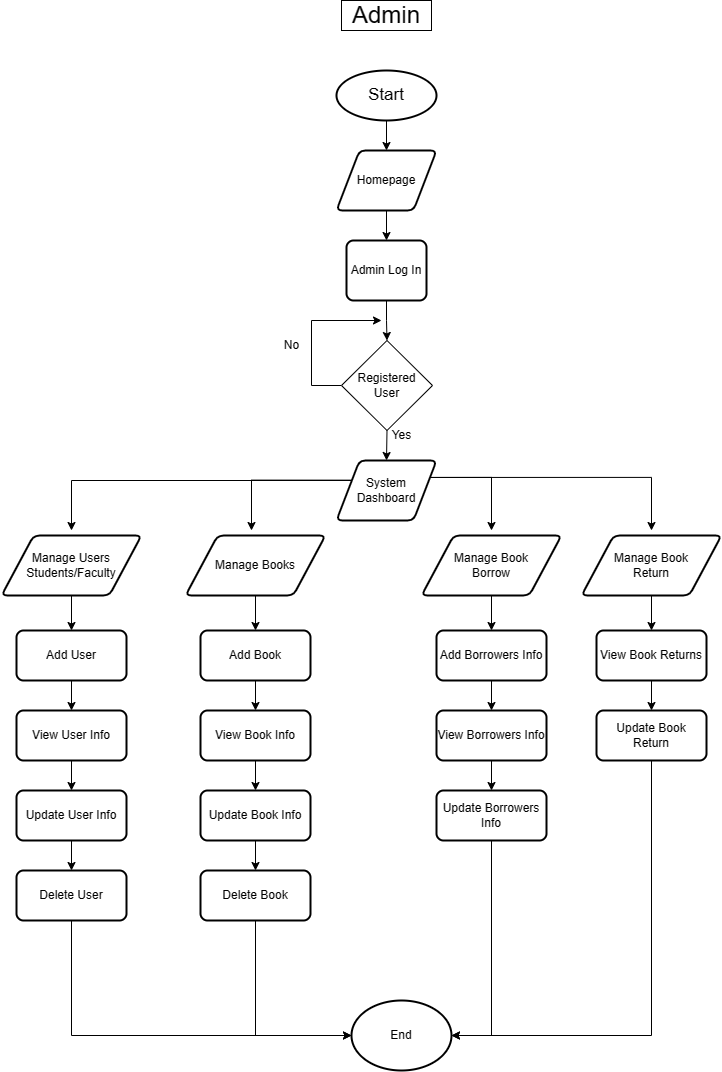
Earlier version of the draw.io export Untitled Diagram.drawio.png (Jayrou12345/Flowchart). Source tidied: cells renumbered, new cells last; positions are measured from the earlier drawing's top-left corner, leaving out a move shared by most shapes.
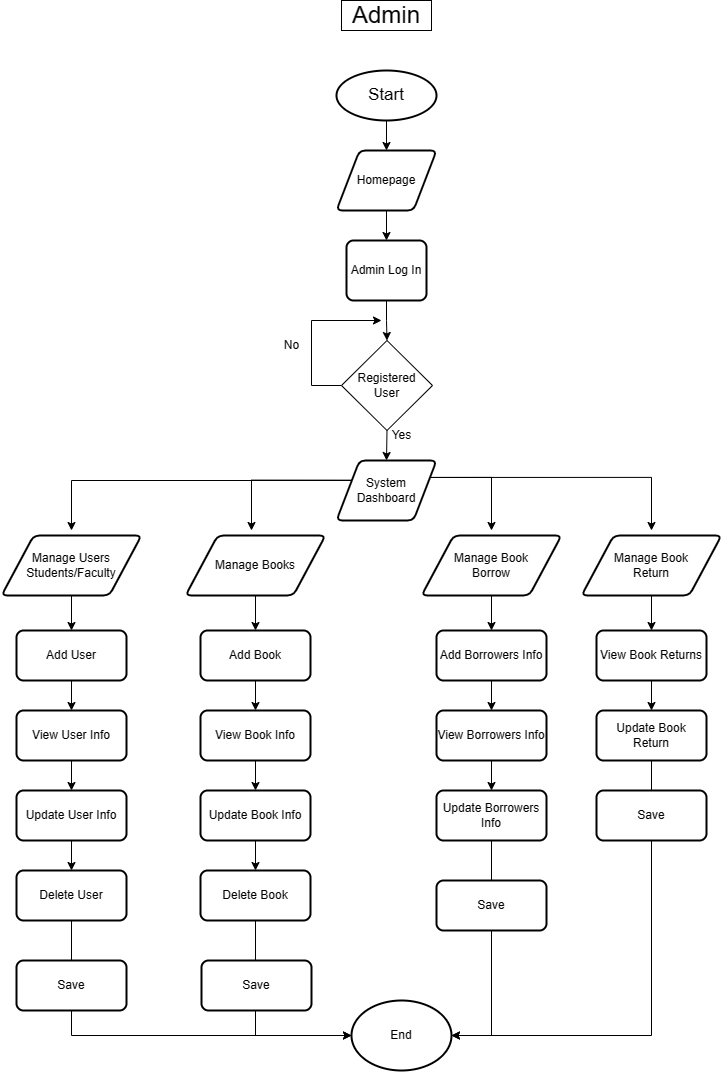
The same file after the commit.

Diff of the diagram source:
```diff
@@ -193,7 +193,7 @@
     <mxCell id="51" value="View Borrowers Info" style="rounded=1;whiteSpace=wrap;html=1;absoluteArcSize=1;arcSize=14;strokeWidth=2;" parent="1" vertex="1">
       <mxGeometry x="435" y="710" width="110" height="50" as="geometry" />
     </mxCell>
-    <mxCell id="52" style="edgeStyle=orthogonalEdgeStyle;rounded=0;jettySize=auto;html=1;exitX=0.5;exitY=1;exitDx=0;exitDy=0;entryX=1;entryY=0.5;entryDx=0;entryDy=0;entryPerimeter=0;" parent="1" edge="1" source="53" target="58">
+    <mxCell id="52" style="edgeStyle=orthogonalEdgeStyle;rounded=0;jettySize=auto;html=1;exitX=0.5;exitY=1;exitDx=0;exitDy=0;entryX=1;entryY=0.5;entryDx=0;entryDy=0;entryPerimeter=0;" parent="1" edge="1" source="62" target="58">
       <mxGeometry relative="1" as="geometry" />
     </mxCell>
     <mxCell id="53" value="Update Borrowers Info" style="rounded=1;whiteSpace=wrap;html=1;absoluteArcSize=1;arcSize=14;strokeWidth=2;" parent="1" vertex="1">
@@ -214,5 +214,24 @@
     <mxCell id="58" value="End" style="strokeWidth=2;html=1;shape=mxgraph.flowchart.start_1;whiteSpace=wrap;" parent="1" vertex="1">
       <mxGeometry x="350" y="1000" width="100" height="70" as="geometry" />
     </mxCell>
+    <mxCell id="59" value="Save" style="rounded=1;whiteSpace=wrap;html=1;absoluteArcSize=1;arcSize=14;strokeWidth=2;" parent="1" vertex="1">
+      <mxGeometry x="15" y="960" width="110" height="50" as="geometry" />
+    </mxCell>
+    <mxCell id="60" value="Save" style="rounded=1;whiteSpace=wrap;html=1;absoluteArcSize=1;arcSize=14;strokeWidth=2;" parent="1" vertex="1">
+      <mxGeometry x="200" y="960" width="110" height="50" as="geometry" />
+    </mxCell>
+    <mxCell id="61" style="edgeStyle=orthogonalEdgeStyle;rounded=0;jettySize=auto;html=1;exitX=0.5;exitY=1;exitDx=0;exitDy=0;entryX=1;entryY=0.5;entryDx=0;entryDy=0;entryPerimeter=0;" parent="1" edge="1" source="53" target="62">
+      <mxGeometry relative="1" as="geometry">
+        <Array as="points">
+          <mxPoint x="490" y="905" />
+        </Array>
+      </mxGeometry>
+    </mxCell>
+    <mxCell id="62" value="Save" style="rounded=1;whiteSpace=wrap;html=1;absoluteArcSize=1;arcSize=14;strokeWidth=2;" parent="1" vertex="1">
+      <mxGeometry x="435" y="880" width="110" height="50" as="geometry" />
+    </mxCell>
+    <mxCell id="63" value="Save" style="rounded=1;whiteSpace=wrap;html=1;absoluteArcSize=1;arcSize=14;strokeWidth=2;" parent="1" vertex="1">
+      <mxGeometry x="595" y="790" width="110" height="50" as="geometry" />
+    </mxCell>
   </root>
 </mxGraphModel>
```
